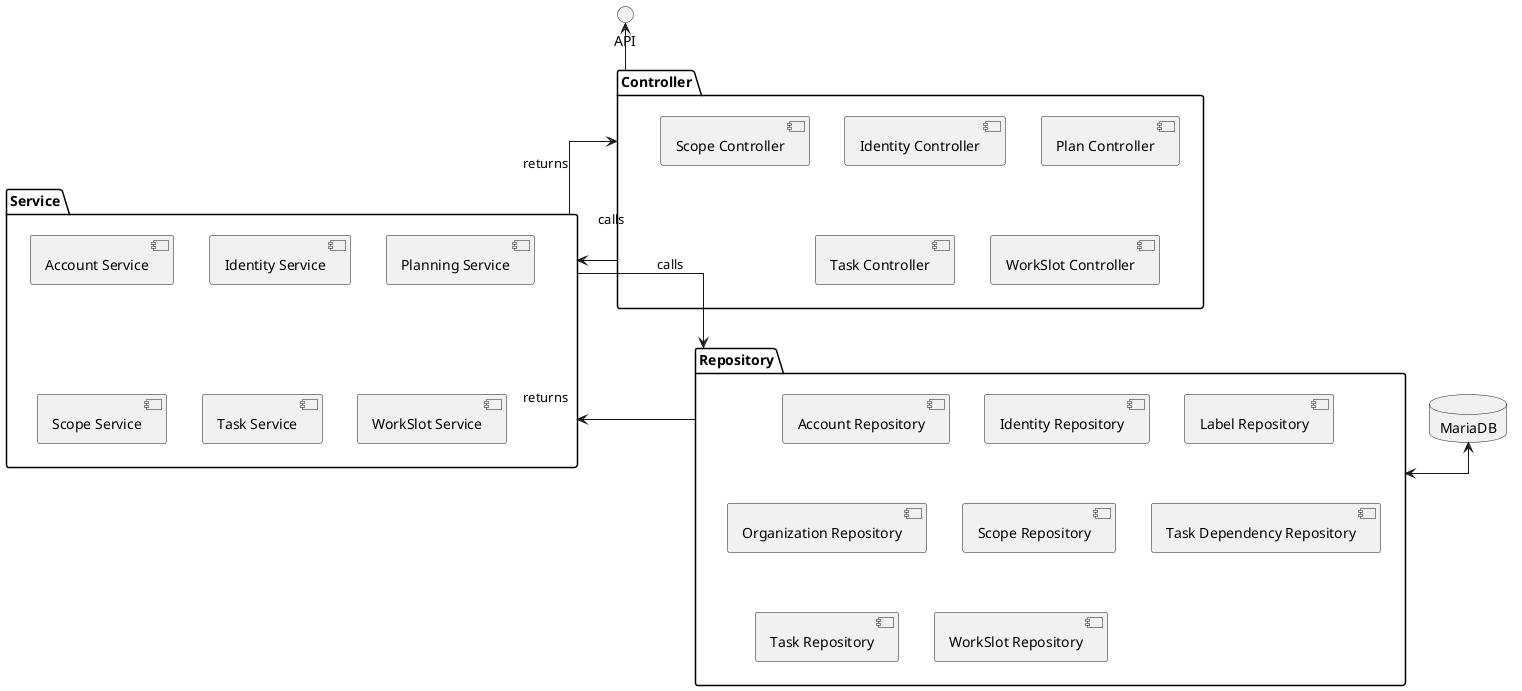
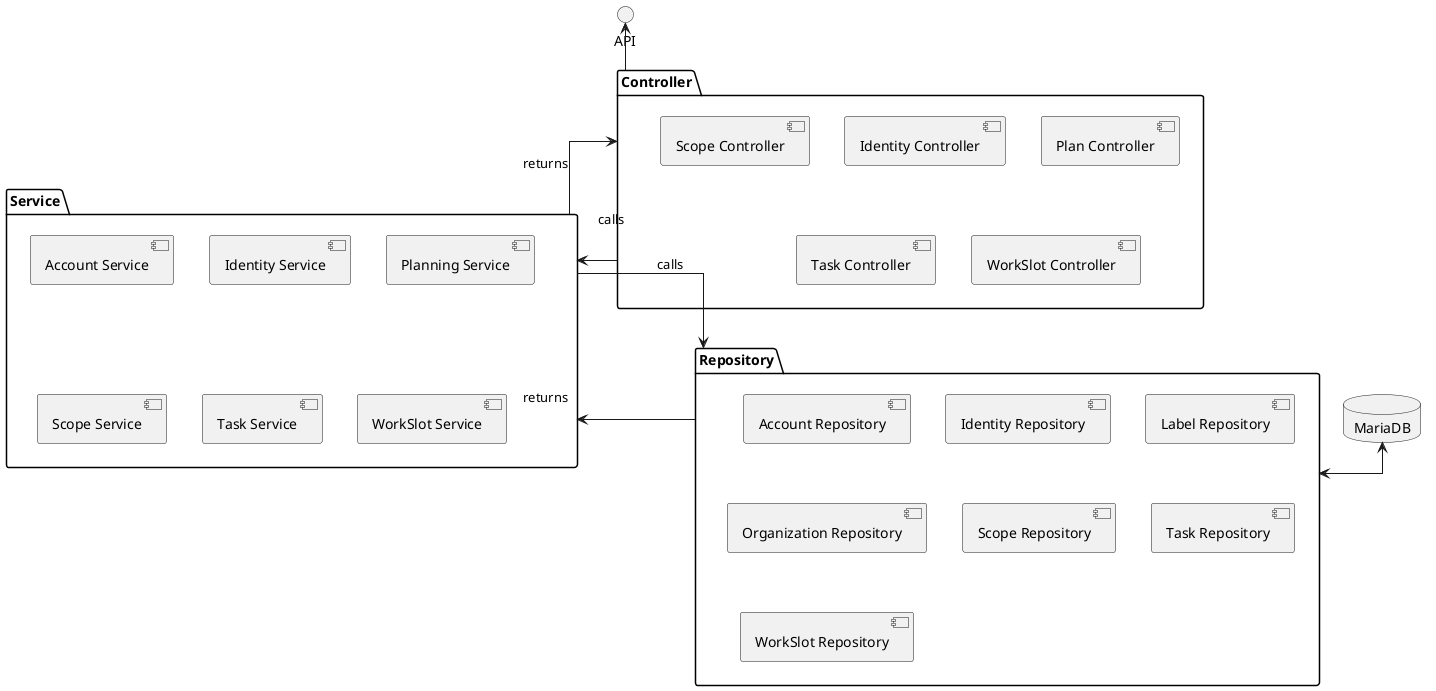
@startuml
top to bottom direction
skinparam linetype ortho

interface API

package Controller {
    [Identity Controller]
    [Plan Controller]
    [Scope Controller]
    [Task Controller]
    [WorkSlot Controller]
}

package Service {
    [Account Service]
    [Identity Service]
    [Planning Service]
    [Scope Service]
    [Task Service]
    [WorkSlot Service]
}

package Repository {
    [Account Repository]
    [Identity Repository]
    [Label Repository]
    [Organization Repository]
    [Scope Repository]
-     [Task Dependency Repository]
    [Task Repository]
    [WorkSlot Repository]
}

database MariaDB {

}

Controller --> Service : calls
Service --> Repository : calls
Repository --> Service : returns
Service --> Controller : returns

Repository <-> MariaDB

API <-- Controller

@enduml
